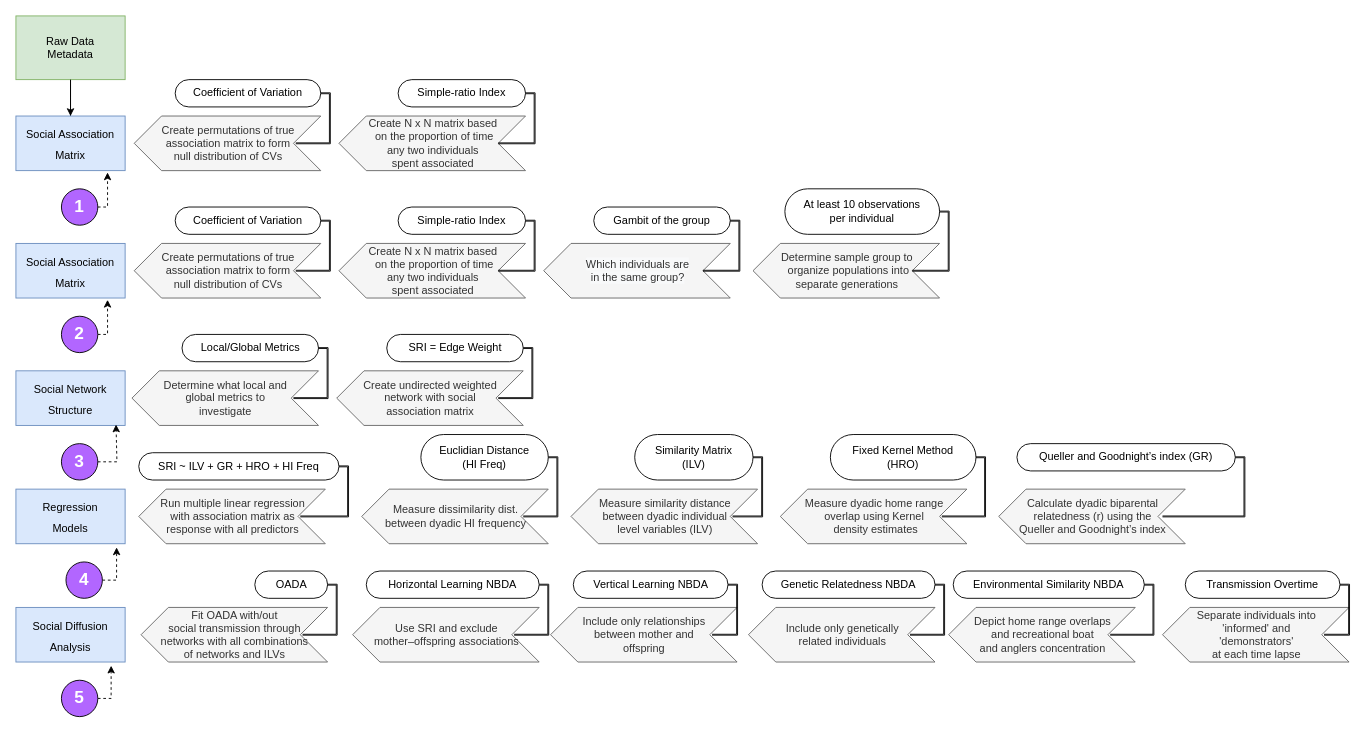
Above: WorkFlowDiagram/WorkFlowDiagram.drawio in bankheak/Dolphins (draw.io), before the change. Source tidied: cells renumbered, new cells numbered last; positions are measured from the earlier drawing's top-left corner, leaving out a move shared by most shapes. Both pictures are drawn from the tidied source at 91%, with x=0, y=0 at pixel (15, 15).
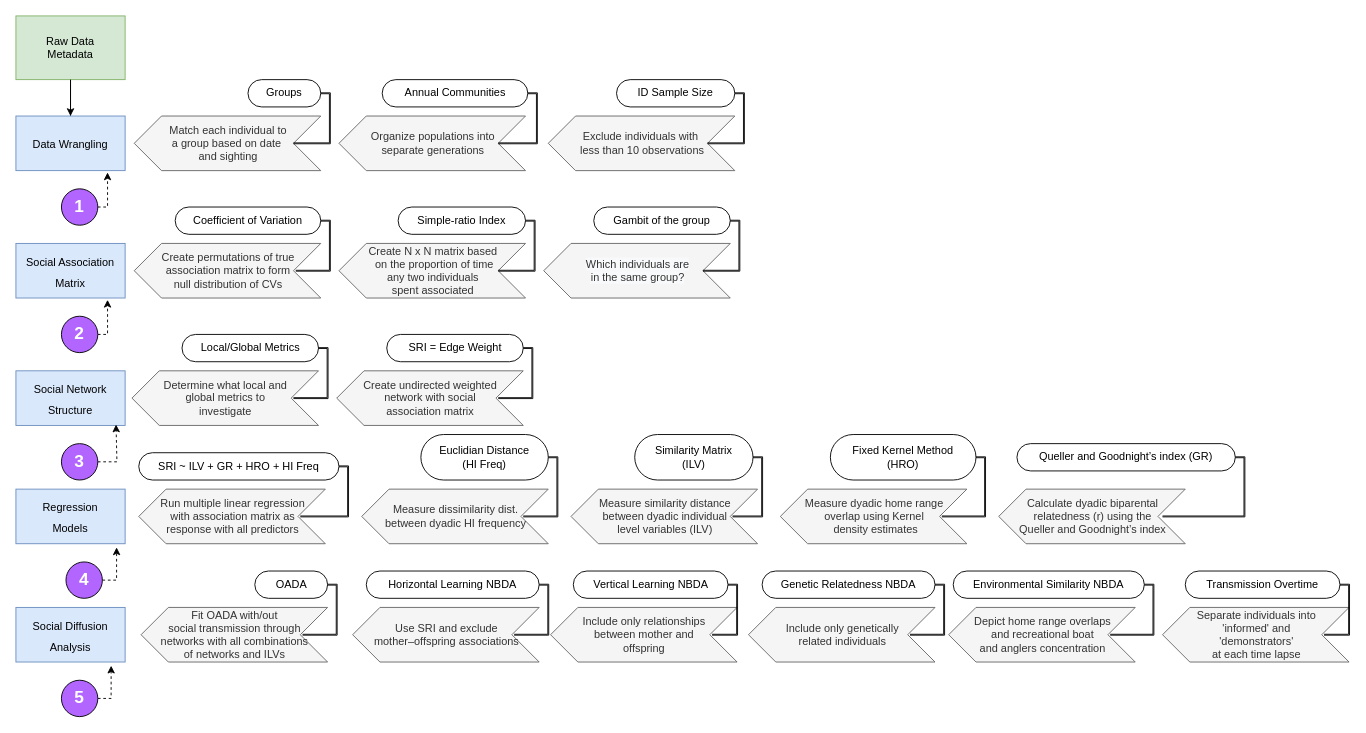
The same diagram, later.

The edit, as a diff of the source:
```diff
@@
-    <mxCell id="25" value="Determine sample group to&lt;br style=&quot;border-color: var(--border-color);&quot;&gt;&amp;nbsp;organize populations into&lt;br style=&quot;border-color: var(--border-color);&quot;&gt;separate generations" style="html=1;shadow=0;dashed=0;align=center;verticalAlign=middle;shape=mxgraph.arrows2.arrow;dy=0;dx=30;notch=30;rotation=0;direction=west;fillColor=#f5f5f5;fontColor=#333333;strokeColor=#666666;" parent="1" vertex="1">
-      <mxGeometry x="810" y="250" width="205" height="60" as="geometry" />
+    <mxCell id="25" value="Exclude individuals with&amp;nbsp;&lt;br&gt;less than 10 observations" style="html=1;shadow=0;dashed=0;align=center;verticalAlign=middle;shape=mxgraph.arrows2.arrow;dy=0;dx=30;notch=30;rotation=0;direction=west;fillColor=#f5f5f5;fontColor=#333333;strokeColor=#666666;" parent="1" vertex="1">
+      <mxGeometry x="585" y="110" width="205" height="60" as="geometry" />
     </mxCell>
@@
-    <mxCell id="31" value="At least 10 observations&lt;br&gt;per individual" style="whiteSpace=wrap;html=1;rounded=1;arcSize=50;align=center;verticalAlign=middle;strokeWidth=1;spacing=4;newEdgeStyle={&quot;edgeStyle&quot;:&quot;entityRelationEdgeStyle&quot;,&quot;startArrow&quot;:&quot;none&quot;,&quot;endArrow&quot;:&quot;none&quot;,&quot;segment&quot;:10,&quot;curved&quot;:1};" parent="1" vertex="1">
-      <mxGeometry x="845" y="190" width="170" height="50" as="geometry" />
+    <mxCell id="31" value="ID Sample Size" style="whiteSpace=wrap;html=1;rounded=1;arcSize=50;align=center;verticalAlign=middle;strokeWidth=1;spacing=4;newEdgeStyle={&quot;edgeStyle&quot;:&quot;entityRelationEdgeStyle&quot;,&quot;startArrow&quot;:&quot;none&quot;,&quot;endArrow&quot;:&quot;none&quot;,&quot;segment&quot;:10,&quot;curved&quot;:1};" parent="1" vertex="1">
+      <mxGeometry x="660" y="70" width="130" height="30" as="geometry" />
     </mxCell>
     <mxCell id="32" style="edgeStyle=entityRelationEdgeStyle;startArrow=none;endArrow=none;segment=10;curved=1;rounded=0;shape=link;width=-1;exitX=0;exitY=0.5;exitDx=30;exitDy=0;exitPerimeter=0;" parent="1" edge="1" target="31">
       <mxGeometry relative="1" as="geometry">
-        <mxPoint x="985" y="280" as="sourcePoint" />
+        <mxPoint x="760" y="140" as="sourcePoint" />
       </mxGeometry>
     </mxCell>
@@
-    <mxCell id="53" value="&lt;font style=&quot;font-size: 12px;&quot;&gt;Social Association Matrix&lt;/font&gt;" style="rounded=0;whiteSpace=wrap;html=1;strokeColor=#6c8ebf;fontSize=19;fillColor=#dae8fc;" parent="1" vertex="1">
+    <mxCell id="53" value="&lt;font style=&quot;font-size: 12px;&quot;&gt;Data Wrangling&lt;/font&gt;" style="rounded=0;whiteSpace=wrap;html=1;strokeColor=#6c8ebf;fontSize=19;fillColor=#dae8fc;" parent="1" vertex="1">
       <mxGeometry y="110" width="120" height="60" as="geometry" />
     </mxCell>
-    <mxCell id="54" value="Create N x N matrix based&lt;br style=&quot;border-color: var(--border-color);&quot;&gt;&amp;nbsp;on the p&lt;font color=&quot;#333333&quot;&gt;roportion of time &lt;br&gt;any two individuals &lt;br&gt;spent associated&lt;/font&gt;" style="html=1;shadow=0;dashed=0;align=center;verticalAlign=middle;shape=mxgraph.arrows2.arrow;dy=0;dx=30;notch=30;rotation=0;direction=west;fillColor=#f5f5f5;fontColor=#333333;strokeColor=#666666;" parent="1" vertex="1">
+    <mxCell id="54" value="Organize populations into&lt;br style=&quot;border-color: var(--border-color);&quot;&gt;separate generations" style="html=1;shadow=0;dashed=0;align=center;verticalAlign=middle;shape=mxgraph.arrows2.arrow;dy=0;dx=30;notch=30;rotation=0;direction=west;fillColor=#f5f5f5;fontColor=#333333;strokeColor=#666666;" parent="1" vertex="1">
       <mxGeometry x="355" y="110" width="205" height="60" as="geometry" />
     </mxCell>
-    <mxCell id="55" value="Simple-ratio Index" style="whiteSpace=wrap;html=1;rounded=1;arcSize=50;align=center;verticalAlign=middle;strokeWidth=1;spacing=4;newEdgeStyle={&quot;edgeStyle&quot;:&quot;entityRelationEdgeStyle&quot;,&quot;startArrow&quot;:&quot;none&quot;,&quot;endArrow&quot;:&quot;none&quot;,&quot;segment&quot;:10,&quot;curved&quot;:1};" parent="1" vertex="1">
-      <mxGeometry x="420" y="70" width="140" height="30" as="geometry" />
+    <mxCell id="55" value="Annual Communities" style="whiteSpace=wrap;html=1;rounded=1;arcSize=50;align=center;verticalAlign=middle;strokeWidth=1;spacing=4;newEdgeStyle={&quot;edgeStyle&quot;:&quot;entityRelationEdgeStyle&quot;,&quot;startArrow&quot;:&quot;none&quot;,&quot;endArrow&quot;:&quot;none&quot;,&quot;segment&quot;:10,&quot;curved&quot;:1};" parent="1" vertex="1">
+      <mxGeometry x="402.5" y="70" width="160" height="30" as="geometry" />
     </mxCell>
@@
-    <mxCell id="57" value="Create permutations of true &lt;br&gt;association matrix to form&lt;br&gt;null distribution of CVs" style="html=1;shadow=0;dashed=0;align=center;verticalAlign=middle;shape=mxgraph.arrows2.arrow;dy=0;dx=30;notch=30;rotation=0;direction=west;fillColor=#f5f5f5;fontColor=#333333;strokeColor=#666666;" parent="1" vertex="1">
-      <mxGeometry x="130" y="110" width="205" height="60" as="geometry" />
-    </mxCell>
-    <mxCell id="58" value="Coefficient of Variation" style="whiteSpace=wrap;html=1;rounded=1;arcSize=50;align=center;verticalAlign=middle;strokeWidth=1;spacing=4;newEdgeStyle={&quot;edgeStyle&quot;:&quot;entityRelationEdgeStyle&quot;,&quot;startArrow&quot;:&quot;none&quot;,&quot;endArrow&quot;:&quot;none&quot;,&quot;segment&quot;:10,&quot;curved&quot;:1};" parent="1" vertex="1">
-      <mxGeometry x="175" y="70" width="160" height="30" as="geometry" />
-    </mxCell>
-    <mxCell id="59" style="edgeStyle=entityRelationEdgeStyle;startArrow=none;endArrow=none;segment=10;curved=1;rounded=0;shape=link;width=-1;exitX=0;exitY=0.5;exitDx=30;exitDy=0;exitPerimeter=0;" parent="1" edge="1" target="58">
-      <mxGeometry relative="1" as="geometry">
-        <mxPoint x="307.5" y="140" as="sourcePoint" />
-      </mxGeometry>
-    </mxCell>
@@
+    <mxCell id="81" value="Match each individual to&lt;br&gt;a group based on date&amp;nbsp;&lt;br&gt;and sighting" style="html=1;shadow=0;dashed=0;align=center;verticalAlign=middle;shape=mxgraph.arrows2.arrow;dy=0;dx=30;notch=30;rotation=0;direction=west;fillColor=#f5f5f5;fontColor=#333333;strokeColor=#666666;" parent="1" vertex="1">
+      <mxGeometry x="130" y="110" width="205" height="60" as="geometry" />
+    </mxCell>
+    <mxCell id="82" value="Groups" style="whiteSpace=wrap;html=1;rounded=1;arcSize=50;align=center;verticalAlign=middle;strokeWidth=1;spacing=4;newEdgeStyle={&quot;edgeStyle&quot;:&quot;entityRelationEdgeStyle&quot;,&quot;startArrow&quot;:&quot;none&quot;,&quot;endArrow&quot;:&quot;none&quot;,&quot;segment&quot;:10,&quot;curved&quot;:1};" parent="1" vertex="1">
+      <mxGeometry x="255" y="70" width="80" height="30" as="geometry" />
+    </mxCell>
+    <mxCell id="83" style="edgeStyle=entityRelationEdgeStyle;startArrow=none;endArrow=none;segment=10;curved=1;rounded=0;shape=link;width=-1;exitX=0;exitY=0.5;exitDx=30;exitDy=0;exitPerimeter=0;" parent="1" edge="1" source="81" target="82">
+      <mxGeometry relative="1" as="geometry" />
+    </mxCell>
```
